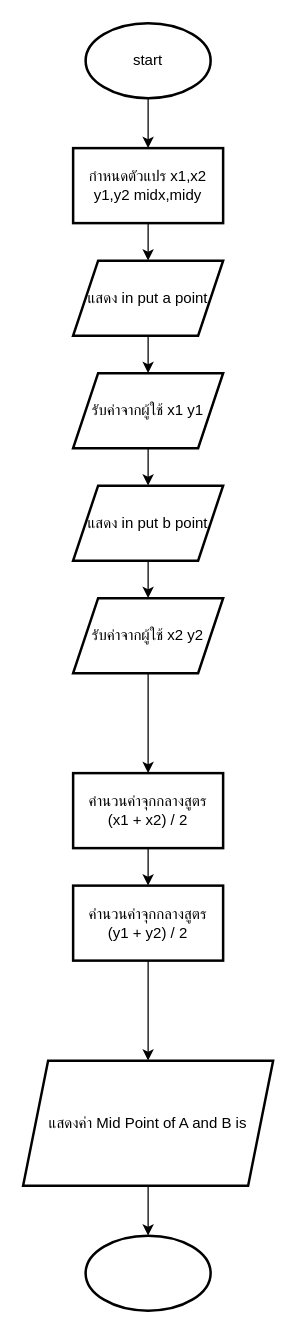
The draw.io diagram HW/HW05/HW059/HW059.drawio in khowtung/ENGCE117, before the edit. Source tidied: cells renumbered, new cells numbered last; positions are measured from the earlier drawing's top-left corner, leaving out a move shared by most shapes. Both pictures are drawn from the tidied source at 125%, with x=0, y=0 at pixel (22, 22).
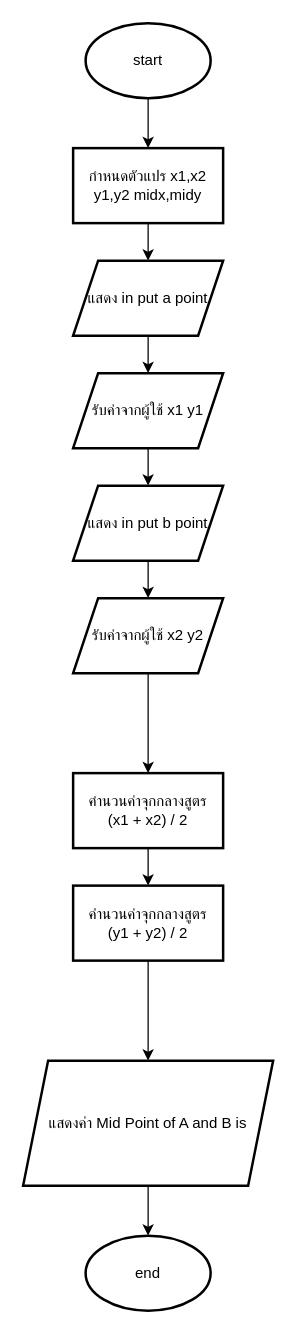
Above is the later version.

Diff of the diagram source:
```diff
@@
-    <mxCell id="20" style="strokeWidth=2;html=1;shape=mxgraph.flowchart.start_1;whiteSpace=wrap;" parent="1" vertex="1">
+    <mxCell id="20" value="end" style="strokeWidth=2;html=1;shape=mxgraph.flowchart.start_1;whiteSpace=wrap;" parent="1" vertex="1">
       <mxGeometry x="50" y="970" width="100" height="60" as="geometry" />
     </mxCell>
```
